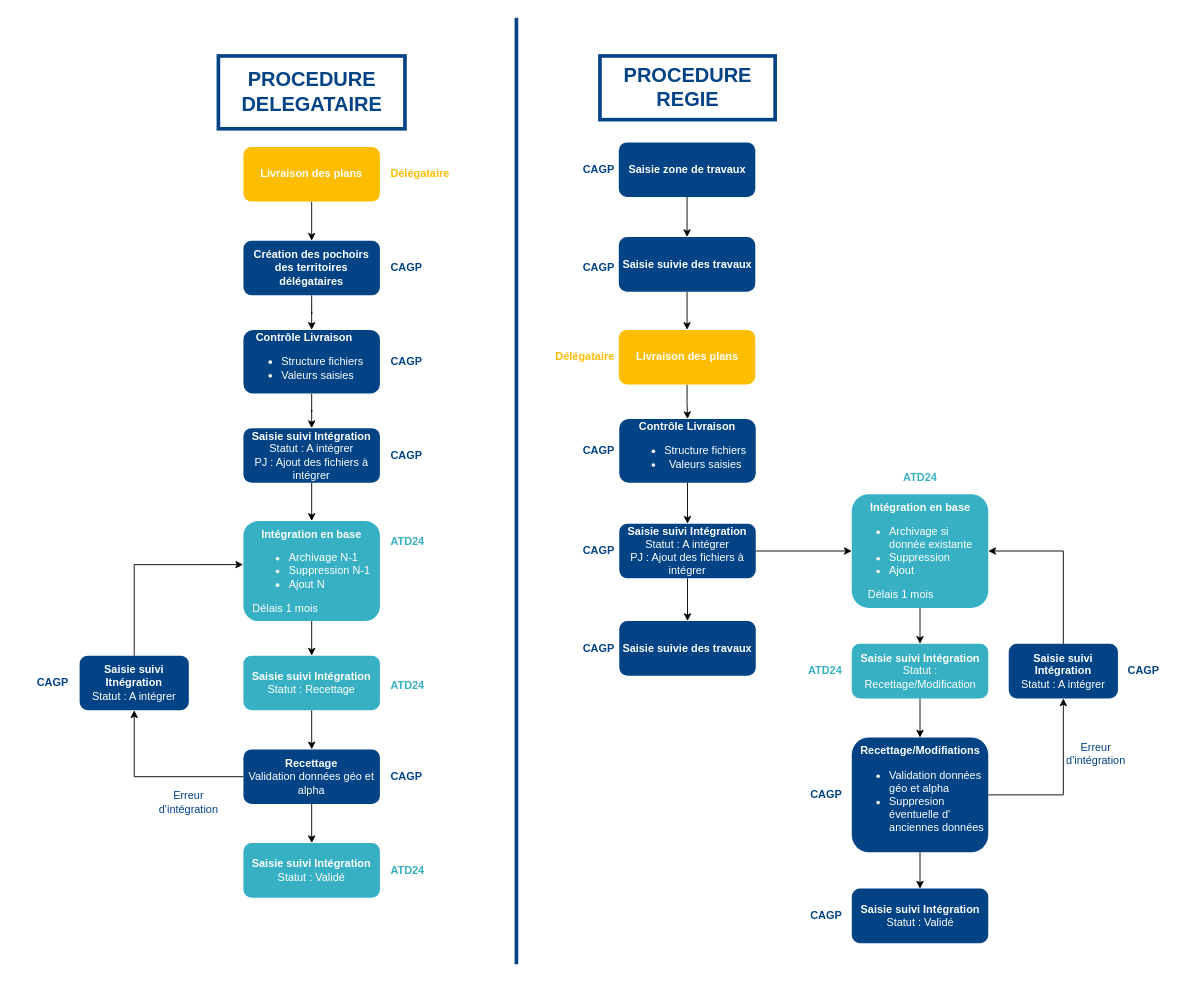
The draw.io diagram procedure_ass.drawio in eprouteau/perigeo, before the edit. Source tidied: cells renumbered, new cells numbered last; positions are measured from the earlier drawing's top-left corner, leaving out a move shared by most shapes. Both pictures are drawn from the tidied source at 91%, with x=0, y=0 at pixel (15, 17).
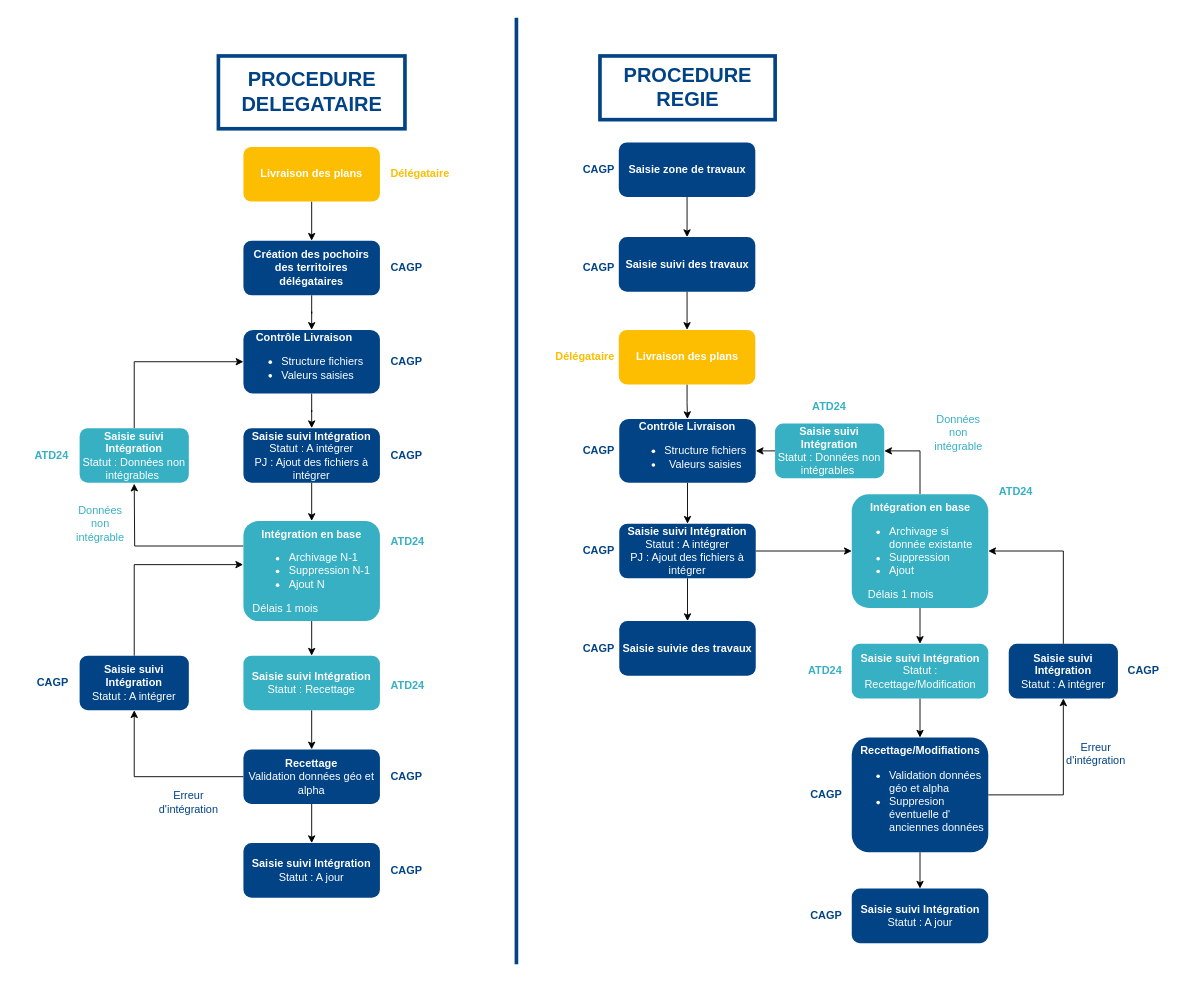
The same page after the edit.

Commit message:
Mettre à jour procedure_ass.drawio

Unchanged cells that the change refers to:
```xml
<mxCell id="7" value="&lt;b&gt;Intégration en base&lt;/b&gt;&lt;div&gt;&lt;ul&gt;&lt;li style=&quot;text-align: left;&quot;&gt;Archivage N-1&lt;/li&gt;&lt;li style=&quot;text-align: left;&quot;&gt;Suppression N-1&lt;/li&gt;&lt;li style=&quot;text-align: left;&quot;&gt;Ajout N&lt;/li&gt;&lt;/ul&gt;&lt;div style=&quot;text-align: left;&quot;&gt;Délais 1 mois&lt;/div&gt;&lt;/div&gt;" style="rounded=1;whiteSpace=wrap;html=1;align=center;verticalAlign=middle;fontFamily=Helvetica;fontSize=12;fontColor=#FFFFFF;fillColor=#37B0C4;strokeColor=none;" parent="1" vertex="1">
  <mxGeometry x="250" y="553" width="150" height="110" as="geometry" />
</mxCell>
<mxCell id="18" value="&lt;div style=&quot;text-align: center;&quot;&gt;&lt;b style=&quot;background-color: initial;&quot;&gt;Contrôle Livraison&lt;/b&gt;&lt;/div&gt;&lt;div style=&quot;line-height: 120%;&quot;&gt;&lt;ul style=&quot;line-height: 120%;&quot;&gt;&lt;li&gt;&lt;span style=&quot;background-color: initial;&quot;&gt;Structure fichiers&lt;/span&gt;&lt;/li&gt;&lt;li&gt;&lt;span style=&quot;background-color: initial;&quot;&gt;Valeurs saisies&lt;/span&gt;&lt;/li&gt;&lt;/ul&gt;&lt;/div&gt;" style="rounded=1;whiteSpace=wrap;html=1;align=left;fontColor=#FFFFFF;fillColor=#014385;strokeColor=none;" parent="1" vertex="1">
  <mxGeometry x="250" y="343" width="150" height="70" as="geometry" />
</mxCell>
<mxCell id="32" value="&lt;b&gt;Intégration en base&lt;/b&gt;&lt;div&gt;&lt;ul&gt;&lt;li style=&quot;text-align: left;&quot;&gt;Archivage si donnée existante&lt;/li&gt;&lt;li style=&quot;text-align: left;&quot;&gt;Suppression&amp;nbsp;&lt;/li&gt;&lt;li style=&quot;text-align: left;&quot;&gt;Ajout&lt;/li&gt;&lt;/ul&gt;&lt;div style=&quot;text-align: left;&quot;&gt;&amp;nbsp; &amp;nbsp; &amp;nbsp;Délais 1 mois&lt;/div&gt;&lt;/div&gt;" style="rounded=1;whiteSpace=wrap;html=1;align=center;verticalAlign=middle;fontFamily=Helvetica;fontSize=12;fontColor=#FFFFFF;fillColor=#37B0C4;strokeColor=none;" parent="1" vertex="1">
  <mxGeometry x="918.5" y="523.5" width="150" height="125" as="geometry" />
</mxCell>
<mxCell id="43" value="&lt;div style=&quot;text-align: center;&quot;&gt;&lt;b style=&quot;background-color: initial;&quot;&gt;Contrôle Livraison&lt;/b&gt;&lt;/div&gt;&lt;div style=&quot;line-height: 120%;&quot;&gt;&lt;ul style=&quot;line-height: 120%;&quot;&gt;&lt;li&gt;&lt;span style=&quot;background-color: initial;&quot;&gt;Structure fichiers&lt;/span&gt;&lt;/li&gt;&lt;li&gt;&lt;span style=&quot;background-color: initial;&quot;&gt;Valeurs saisies&lt;/span&gt;&lt;/li&gt;&lt;/ul&gt;&lt;/div&gt;" style="rounded=1;whiteSpace=wrap;html=1;align=center;verticalAlign=middle;fontFamily=Helvetica;fontSize=12;fontColor=#FFFFFF;fillColor=#014385;strokeColor=none;" parent="1" vertex="1">
  <mxGeometry x="663" y="441" width="150" height="70" as="geometry" />
</mxCell>
```

What changed in the source:
```diff
@@
+    <mxCell id="67" style="edgeStyle=orthogonalEdgeStyle;rounded=0;jettySize=auto;html=1;exitX=0;exitY=0.25;exitDx=0;exitDy=0;" parent="1" edge="1" source="7">
+      <mxGeometry relative="1" as="geometry">
+        <mxPoint x="130" y="512" as="targetPoint" />
+      </mxGeometry>
+    </mxCell>
@@
-    <mxCell id="13" value="&lt;b&gt;Saisie suivi Intégration&lt;/b&gt;&lt;div&gt;Statut : Validé&lt;/div&gt;" style="rounded=1;whiteSpace=wrap;html=1;align=center;verticalAlign=middle;fontFamily=Helvetica;fontSize=12;fontColor=#FFFFFF;fillColor=#37B0C4;strokeColor=none;" parent="1" vertex="1">
+    <mxCell id="13" value="&lt;b&gt;Saisie suivi Intégration&lt;/b&gt;&lt;div&gt;Statut : A jour&lt;/div&gt;" style="rounded=1;whiteSpace=wrap;html=1;align=center;verticalAlign=middle;fontFamily=Helvetica;fontSize=12;fontColor=#FFFFFF;fillColor=#014385;strokeColor=none;" parent="1" vertex="1">
       <mxGeometry x="250" y="907" width="150" height="60" as="geometry" />
     </mxCell>
@@
-    <mxCell id="16" value="&lt;b&gt;Saisie suivi Itnégration&lt;/b&gt;&lt;div&gt;Statut : A intégrer&lt;/div&gt;" style="rounded=1;whiteSpace=wrap;html=1;strokeColor=none;align=center;verticalAlign=middle;fontFamily=Helvetica;fontSize=12;fontColor=#FFFFFF;fillColor=#014385;" parent="1" vertex="1">
+    <mxCell id="16" value="&lt;b&gt;Saisie suivi Intégration&lt;/b&gt;&lt;div&gt;Statut : A intégrer&lt;/div&gt;" style="rounded=1;whiteSpace=wrap;html=1;strokeColor=none;align=center;verticalAlign=middle;fontFamily=Helvetica;fontSize=12;fontColor=#FFFFFF;fillColor=#014385;" parent="1" vertex="1">
       <mxGeometry x="70" y="701" width="120" height="60" as="geometry" />
     </mxCell>
@@
-    <mxCell id="25" value="&lt;b&gt;Saisie suivie des travaux&lt;/b&gt;" style="rounded=1;whiteSpace=wrap;html=1;align=center;verticalAlign=middle;fontFamily=Helvetica;fontSize=12;fontColor=#FFFFFF;fillColor=#014385;strokeColor=none;" parent="1" vertex="1">
+    <mxCell id="25" value="&lt;b&gt;Saisie suivi des travaux&lt;/b&gt;" style="rounded=1;whiteSpace=wrap;html=1;align=center;verticalAlign=middle;fontFamily=Helvetica;fontSize=12;fontColor=#FFFFFF;fillColor=#014385;strokeColor=none;" parent="1" vertex="1">
       <mxGeometry x="662.5" y="241" width="150" height="60" as="geometry" />
     </mxCell>
@@
+    <mxCell id="68" style="edgeStyle=orthogonalEdgeStyle;rounded=0;jettySize=auto;html=1;entryX=1;entryY=0.5;entryDx=0;entryDy=0;" parent="1" edge="1" source="32" target="74">
+      <mxGeometry relative="1" as="geometry" />
+    </mxCell>
@@
-    <mxCell id="38" value="&lt;b&gt;Saisie suivi&amp;nbsp;&lt;/b&gt;&lt;b&gt;Intégration&lt;/b&gt;&lt;div&gt;Statut : Validé&lt;/div&gt;" style="rounded=1;whiteSpace=wrap;html=1;align=center;verticalAlign=middle;fontFamily=Helvetica;fontSize=12;fontColor=#FFFFFF;fillColor=#014385;strokeColor=none;" parent="1" vertex="1">
+    <mxCell id="38" value="&lt;b&gt;Saisie suivi&amp;nbsp;&lt;/b&gt;&lt;b&gt;Intégration&lt;/b&gt;&lt;div&gt;Statut : A jour&lt;/div&gt;" style="rounded=1;whiteSpace=wrap;html=1;align=center;verticalAlign=middle;fontFamily=Helvetica;fontSize=12;fontColor=#FFFFFF;fillColor=#014385;strokeColor=none;" parent="1" vertex="1">
       <mxGeometry x="918.5" y="957" width="150" height="60" as="geometry" />
     </mxCell>
@@
-    <mxCell id="51" value="&lt;span&gt;&lt;font color=&quot;#37b0c4&quot;&gt;ATD24&lt;/font&gt;&lt;/span&gt;" style="text;html=1;align=left;verticalAlign=middle;whiteSpace=wrap;rounded=0;fontStyle=1;" parent="1" vertex="1">
-      <mxGeometry x="410" y="922" width="60" height="30" as="geometry" />
-    </mxCell>
     <mxCell id="52" value="&lt;span&gt;&lt;font color=&quot;#37b0c4&quot;&gt;ATD24&lt;/font&gt;&lt;/span&gt;" style="text;html=1;align=center;verticalAlign=middle;whiteSpace=wrap;rounded=0;fontStyle=1;" parent="1" vertex="1">
-      <mxGeometry x="963.5" y="491" width="60" height="30" as="geometry" />
+      <mxGeometry x="1068.5" y="506" width="60" height="30" as="geometry" />
     </mxCell>
@@
+    <mxCell id="69" style="edgeStyle=orthogonalEdgeStyle;rounded=0;jettySize=auto;html=1;exitX=0.5;exitY=0;exitDx=0;exitDy=0;entryX=0;entryY=0.5;entryDx=0;entryDy=0;" parent="1" edge="1" source="70" target="18">
+      <mxGeometry relative="1" as="geometry" />
+    </mxCell>
+    <mxCell id="70" value="&lt;b&gt;Saisie suivi Intégration&lt;/b&gt;&lt;div&gt;Statut : Données non intégrables&amp;nbsp;&lt;/div&gt;" style="rounded=1;whiteSpace=wrap;html=1;strokeColor=none;align=center;verticalAlign=middle;fontFamily=Helvetica;fontSize=12;fontColor=#FFFFFF;fillColor=#37B0C4;" parent="1" vertex="1">
+      <mxGeometry x="70" y="451" width="120" height="60" as="geometry" />
+    </mxCell>
+    <mxCell id="71" value="&lt;span&gt;&lt;font color=&quot;#37b0c4&quot;&gt;ATD24&lt;/font&gt;&lt;/span&gt;" style="text;html=1;align=right;verticalAlign=middle;whiteSpace=wrap;rounded=0;fontStyle=1;" parent="1" vertex="1">
+      <mxGeometry y="466" width="60" height="30" as="geometry" />
+    </mxCell>
+    <mxCell id="72" value="CAGP" style="text;html=1;align=left;verticalAlign=middle;whiteSpace=wrap;rounded=0;fontStyle=1;fontColor=#014385;" parent="1" vertex="1">
+      <mxGeometry x="410" y="922" width="60" height="30" as="geometry" />
+    </mxCell>
+    <mxCell id="73" style="edgeStyle=orthogonalEdgeStyle;rounded=0;jettySize=auto;html=1;exitX=0;exitY=0.5;exitDx=0;exitDy=0;entryX=1;entryY=0.5;entryDx=0;entryDy=0;" parent="1" edge="1" source="74" target="43">
+      <mxGeometry relative="1" as="geometry" />
+    </mxCell>
+    <mxCell id="74" value="&lt;b&gt;Saisie suivi Intégration&lt;/b&gt;&lt;div&gt;Statut : Données non intégrables&amp;nbsp;&lt;/div&gt;" style="rounded=1;whiteSpace=wrap;html=1;strokeColor=none;align=center;verticalAlign=middle;fontFamily=Helvetica;fontSize=12;fontColor=#FFFFFF;fillColor=#37B0C4;" parent="1" vertex="1">
+      <mxGeometry x="834.2" y="446" width="120" height="60" as="geometry" />
+    </mxCell>
+    <mxCell id="75" value="&lt;span&gt;&lt;font color=&quot;#37b0c4&quot;&gt;ATD24&lt;/font&gt;&lt;/span&gt;" style="text;html=1;align=center;verticalAlign=middle;whiteSpace=wrap;rounded=0;fontStyle=1;" parent="1" vertex="1">
+      <mxGeometry x="864.2" y="413" width="60" height="30" as="geometry" />
+    </mxCell>
+    <mxCell id="76" value="Données non intégrable" style="text;html=1;align=center;verticalAlign=middle;whiteSpace=wrap;rounded=0;fontColor=#37B0C4;" parent="1" vertex="1">
+      <mxGeometry x="1002.5" y="441" width="66" height="30" as="geometry" />
+    </mxCell>
+    <mxCell id="77" value="Données non intégrable" style="text;html=1;align=center;verticalAlign=middle;whiteSpace=wrap;rounded=0;fontColor=#37B0C4;" parent="1" vertex="1">
+      <mxGeometry x="60" y="541" width="66" height="30" as="geometry" />
+    </mxCell>
```
